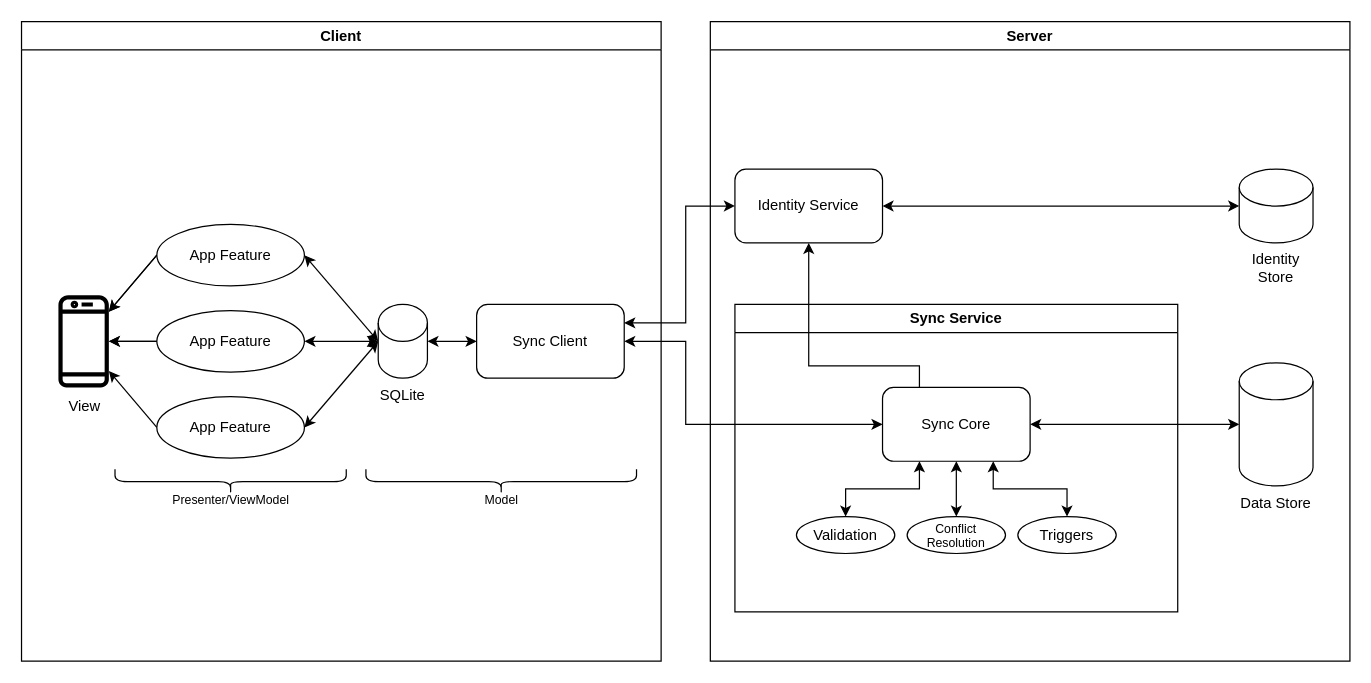
Above: docs/proposal/diagrams.drawio in andrew-pa/unisync (draw.io), before the change. Source tidied: cells renumbered, new cells numbered last; positions are measured from the earlier drawing's top-left corner, leaving out a move shared by most shapes. Both pictures are drawn from the tidied source at 123%, with x=0, y=0 at pixel (21, 21).
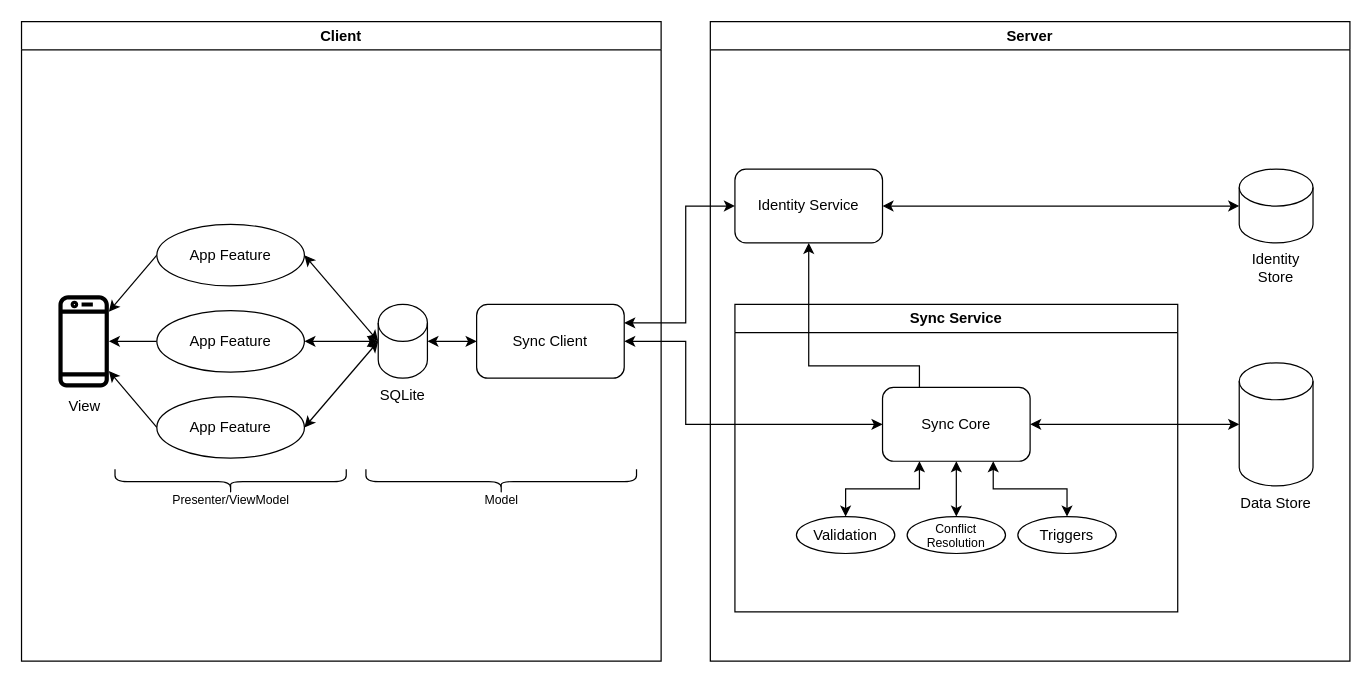
The same page after the edit.

Commit message (it also covers changes not shown here):
more proposed solution details, explain diagram in body

The change refers to these unchanged cells:
```xml
<mxCell id="17" value="Client" style="swimlane;whiteSpace=wrap;html=1;startSize=23;rounded=0;shadow=0;glass=0;swimlaneLine=1;" parent="1" vertex="1">
  <mxGeometry width="520" height="520" as="geometry" />
</mxCell>
```

Change to the diagram source:
```diff
@@
-    <mxCell id="30" value="View" style="outlineConnect=0;dashed=0;verticalLabelPosition=bottom;verticalAlign=top;align=center;html=1;fontSize=12;fontStyle=0;shape=mxgraph.aws4.mobile_client;strokeWidth=0;fillStyle=auto;shadow=0;fillColor=#000000;" parent="17" vertex="1">
+    <mxCell id="30" value="View" style="outlineConnect=0;dashed=0;verticalLabelPosition=bottom;verticalAlign=top;align=center;html=1;fontSize=12;fontStyle=0;shape=mxgraph.aws4.mobile_client;strokeWidth=0;fillStyle=auto;shadow=0;fillColor=#000000;strokeColor=default;gradientColor=none;" parent="17" vertex="1">
       <mxGeometry x="30" y="221" width="41" height="78" as="geometry" />
     </mxCell>
-    <mxCell id="31" style="edgeStyle=none;rounded=0;orthogonalLoop=1;jettySize=auto;html=1;exitX=0;exitY=0.5;exitDx=0;exitDy=0;fontColor=#FFFFFF;startArrow=none;startFill=0;" parent="17" edge="1">
-      <mxGeometry relative="1" as="geometry">
-        <mxPoint x="110" y="190" as="sourcePoint" />
-        <mxPoint x="71" y="235.9" as="targetPoint" />
-      </mxGeometry>
-    </mxCell>
-    <mxCell id="32" style="edgeStyle=none;rounded=0;orthogonalLoop=1;jettySize=auto;html=1;exitX=0;exitY=0.5;exitDx=0;exitDy=0;fontColor=#FFFFFF;startArrow=none;startFill=0;" parent="17" edge="1">
-      <mxGeometry relative="1" as="geometry">
-        <mxPoint x="110" y="260" as="sourcePoint" />
-        <mxPoint x="71" y="260" as="targetPoint" />
-      </mxGeometry>
-    </mxCell>
```
